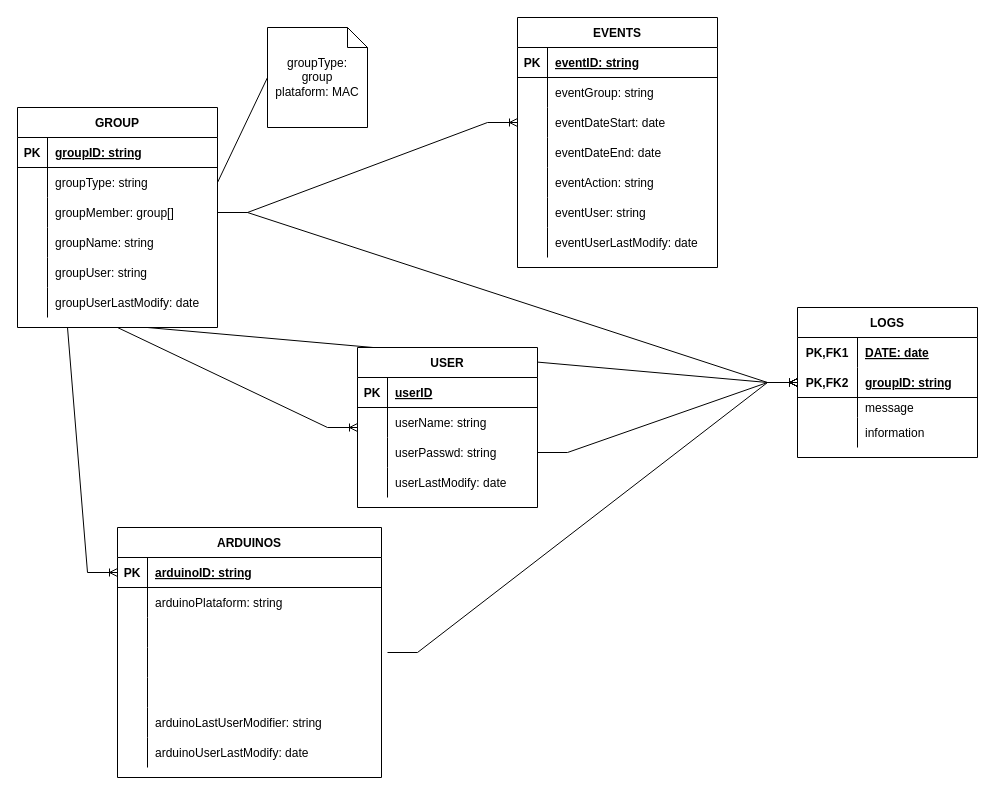
The draw.io diagram page "Data" (2 of 6) of drawings/esquemasBasicos.drawio in rjnogales/crm.mio, before the edit. Source tidied: cells renumbered, new cells numbered last; positions are measured from the earlier drawing's top-left corner, leaving out a move shared by most shapes. Both pictures are drawn from the tidied source at 100%, with x=0, y=0 at pixel (17, 17).
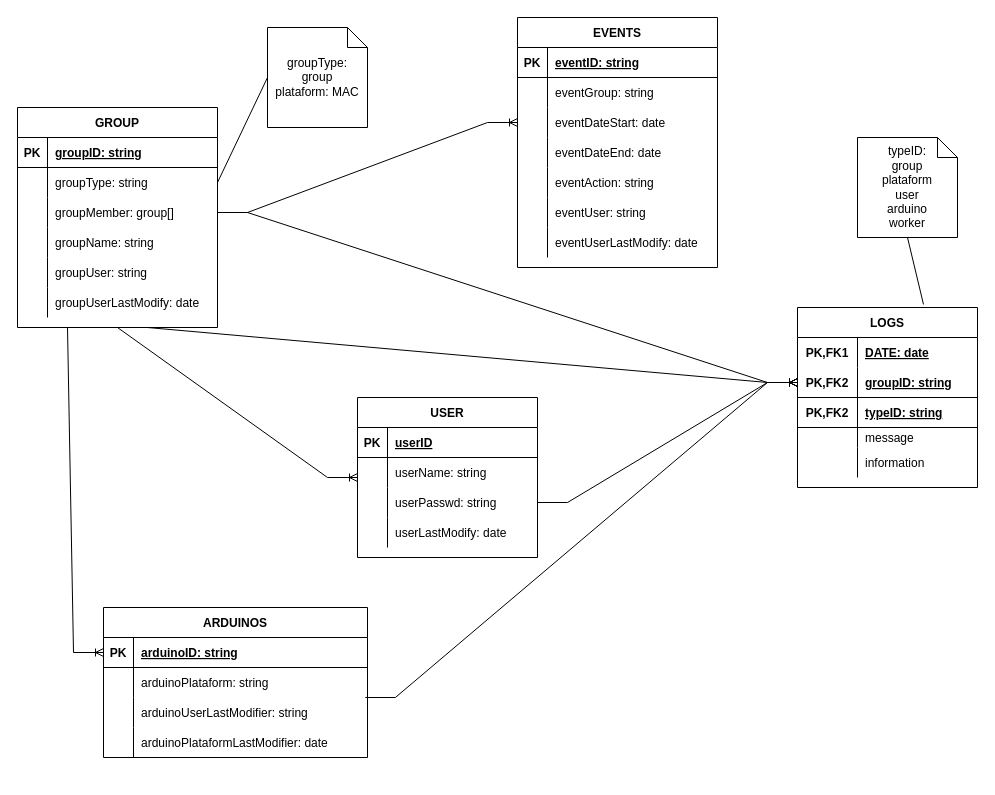
The same page after the edit.

The change refers to these unchanged cells:
```xml
<mxCell id="50" style="shape=partialRectangle;fillColor=none;top=0;left=0;bottom=1;right=0;points=[[0,0.5],[1,0.5]];portConstraint=eastwest;" parent="46" vertex="1">
  <mxGeometry y="60" width="180" height="30" as="geometry" />
</mxCell>
```

What changed in the source:
```diff
@@
     <mxCell id="46" value="LOGS" style="shape=table;startSize=30;childLayout=tableLayout;rowLines=0;fontStyle=1;align=center;" parent="1" vertex="1">
-      <mxGeometry x="780" y="290" width="180" height="150" as="geometry" />
+      <mxGeometry x="780" y="290" width="180" height="180" as="geometry" />
     </mxCell>
@@
+    <mxCell id="100" style="shape=partialRectangle;fillColor=none;top=0;left=0;bottom=1;right=0;" parent="46" vertex="1">
+      <mxGeometry y="90" width="180" height="30" as="geometry" />
+    </mxCell>
+    <mxCell id="101" value="PK,FK2" style="shape=partialRectangle;fillColor=none;top=0;left=0;bottom=0;right=0;fontStyle=1;overflow=hidden;" parent="100" vertex="1">
+      <mxGeometry width="60" height="30" as="geometry" />
+    </mxCell>
+    <mxCell id="102" value="typeID: string" style="shape=partialRectangle;fillColor=none;top=0;left=0;bottom=0;right=0;align=left;spacingLeft=6;fontStyle=5;overflow=hidden;" parent="100" vertex="1">
+      <mxGeometry x="60" width="120" height="30" as="geometry" />
+    </mxCell>
     <mxCell id="53" style="shape=partialRectangle;fillColor=none;top=0;left=0;bottom=0;right=0;" parent="46" vertex="1">
-      <mxGeometry y="90" width="180" height="20" as="geometry" />
+      <mxGeometry y="120" width="180" height="20" as="geometry" />
     </mxCell>
@@
     <mxCell id="56" style="shape=partialRectangle;fillColor=none;top=0;left=0;bottom=0;right=0;" parent="46" vertex="1">
-      <mxGeometry y="110" width="180" height="30" as="geometry" />
+      <mxGeometry y="140" width="180" height="30" as="geometry" />
     </mxCell>
@@
     <mxCell id="60" value="ARDUINOS" style="shape=table;startSize=30;childLayout=tableLayout;rowLines=0;fontStyle=1;align=center;" parent="1" vertex="1">
-      <mxGeometry x="100" y="510" width="264" height="250" as="geometry" />
+      <mxGeometry x="86" y="590" width="264" height="150" as="geometry" />
     </mxCell>
@@
-    <mxCell id="67" style="shape=tableRow;horizontal=0;startSize=0;swimlaneHead=0;swimlaneBody=0;fillColor=none;top=0;left=0;right=0;bottom=0;" parent="60" vertex="1">
-      <mxGeometry y="90" width="264" height="30" as="geometry" />
-    </mxCell>
-    <mxCell id="68" style="shape=partialRectangle;fillColor=none;top=0;left=0;bottom=0;right=0;overflow=hidden;" parent="67" vertex="1">
-      <mxGeometry width="30" height="30" as="geometry" />
-    </mxCell>
-    <mxCell id="69" style="shape=partialRectangle;fillColor=none;top=0;left=0;bottom=0;right=0;align=left;spacingLeft=6;overflow=hidden;" parent="67" vertex="1">
-      <mxGeometry x="30" width="234" height="30" as="geometry" />
-    </mxCell>
-    <mxCell id="70" style="shape=tableRow;horizontal=0;startSize=0;swimlaneHead=0;swimlaneBody=0;fillColor=none;top=0;left=0;right=0;bottom=0;" parent="60" vertex="1">
-      <mxGeometry y="120" width="264" height="30" as="geometry" />
-    </mxCell>
-    <mxCell id="71" style="shape=partialRectangle;fillColor=none;top=0;left=0;bottom=0;right=0;overflow=hidden;" parent="70" vertex="1">
-      <mxGeometry width="30" height="30" as="geometry" />
-    </mxCell>
-    <mxCell id="72" style="shape=partialRectangle;fillColor=none;top=0;left=0;bottom=0;right=0;align=left;spacingLeft=6;overflow=hidden;" parent="70" vertex="1">
-      <mxGeometry x="30" width="234" height="30" as="geometry" />
-    </mxCell>
-    <mxCell id="73" style="shape=tableRow;horizontal=0;startSize=0;swimlaneHead=0;swimlaneBody=0;fillColor=none;top=0;left=0;right=0;bottom=0;" parent="60" vertex="1">
-      <mxGeometry y="150" width="264" height="30" as="geometry" />
-    </mxCell>
-    <mxCell id="74" style="shape=partialRectangle;fillColor=none;top=0;left=0;bottom=0;right=0;overflow=hidden;" parent="73" vertex="1">
-      <mxGeometry width="30" height="30" as="geometry" />
-    </mxCell>
-    <mxCell id="75" style="shape=partialRectangle;fillColor=none;top=0;left=0;bottom=0;right=0;align=left;spacingLeft=6;overflow=hidden;" parent="73" vertex="1">
-      <mxGeometry x="30" width="234" height="30" as="geometry" />
-    </mxCell>
     <mxCell id="76" style="shape=tableRow;horizontal=0;startSize=0;swimlaneHead=0;swimlaneBody=0;fillColor=none;points=[[0,0.5],[1,0.5]];portConstraint=eastwest;top=0;left=0;right=0;bottom=0;" parent="60" vertex="1">
-      <mxGeometry y="180" width="264" height="30" as="geometry" />
+      <mxGeometry y="90" width="264" height="30" as="geometry" />
     </mxCell>
@@
-    <mxCell id="78" value="arduinoLastUserModifier: string" style="shape=partialRectangle;fillColor=none;top=0;left=0;bottom=0;right=0;align=left;spacingLeft=6;overflow=hidden;" parent="76" vertex="1">
+    <mxCell id="78" value="arduinoUserLastModifier: string" style="shape=partialRectangle;fillColor=none;top=0;left=0;bottom=0;right=0;align=left;spacingLeft=6;overflow=hidden;" parent="76" vertex="1">
       <mxGeometry x="30" width="234" height="30" as="geometry" />
     </mxCell>
-    <mxCell id="79" style="shape=tableRow;horizontal=0;startSize=0;swimlaneHead=0;swimlaneBody=0;fillColor=none;top=0;left=0;right=0;bottom=0;" parent="60" vertex="1">
-      <mxGeometry y="210" width="264" height="30" as="geometry" />
-    </mxCell>
-    <mxCell id="80" style="shape=partialRectangle;fillColor=none;top=0;left=0;bottom=0;right=0;overflow=hidden;" parent="79" vertex="1">
-      <mxGeometry width="30" height="30" as="geometry" />
-    </mxCell>
-    <mxCell id="81" value="arduinoUserLastModify: date" style="shape=partialRectangle;fillColor=none;top=0;left=0;bottom=0;right=0;align=left;spacingLeft=6;overflow=hidden;" parent="79" vertex="1">
-      <mxGeometry x="30" width="234" height="30" as="geometry" />
-    </mxCell>
+    <mxCell id="70" style="shape=tableRow;horizontal=0;startSize=0;swimlaneHead=0;swimlaneBody=0;fillColor=none;top=0;left=0;right=0;bottom=0;" parent="60" vertex="1">
+      <mxGeometry y="120" width="264" height="30" as="geometry" />
+    </mxCell>
+    <mxCell id="103" style="shape=partialRectangle;fillColor=none;top=0;left=0;bottom=0;right=0;overflow=hidden;" parent="70" vertex="1">
+      <mxGeometry width="30" height="30" as="geometry" />
+    </mxCell>
+    <mxCell id="104" value="arduinoPlataformLastModifier: date" style="shape=partialRectangle;fillColor=none;top=0;left=0;bottom=0;right=0;align=left;spacingLeft=6;overflow=hidden;" parent="70" vertex="1">
+      <mxGeometry x="30" width="234" height="30" as="geometry" />
+    </mxCell>
     <mxCell id="82" value="USER" style="shape=table;startSize=30;childLayout=tableLayout;rowLines=0;fontStyle=1;align=center;" parent="1" vertex="1">
-      <mxGeometry x="340" y="330" width="180" height="160" as="geometry" />
+      <mxGeometry x="340" y="380" width="180" height="160" as="geometry" />
     </mxCell>
@@
-    <mxCell id="98" style="edgeStyle=entityRelationEdgeStyle;fontSize=12;html=1;endArrow=ERoneToMany;rounded=0;exitX=1;exitY=0.5;exitDx=0;exitDy=0;entryX=0;entryY=0.5;entryDx=0;entryDy=0;" parent="1" edge="1" target="50">
-      <mxGeometry relative="1" as="geometry">
-        <mxPoint x="370" y="635" as="sourcePoint" />
-      </mxGeometry>
+    <mxCell id="98" style="edgeStyle=entityRelationEdgeStyle;fontSize=12;html=1;endArrow=ERoneToMany;rounded=0;exitX=0.992;exitY=0;exitDx=0;exitDy=0;entryX=0;entryY=0.5;entryDx=0;entryDy=0;exitPerimeter=0;" parent="1" edge="1" source="76" target="50">
+      <mxGeometry relative="1" as="geometry" />
     </mxCell>
@@
+    <mxCell id="105" value="typeID:&lt;br&gt;group&lt;br&gt;plataform&lt;br&gt;user&lt;br&gt;arduino&lt;br&gt;worker" style="shape=note;size=20;whiteSpace=wrap;html=1;" parent="1" vertex="1">
+      <mxGeometry x="840" y="120" width="100" height="100" as="geometry" />
+    </mxCell>
+    <mxCell id="106" style="endArrow=none;html=1;rounded=0;exitX=0.7;exitY=-0.017;exitDx=0;exitDy=0;entryX=0.5;entryY=1;entryDx=0;entryDy=0;entryPerimeter=0;exitPerimeter=0;" parent="1" edge="1" source="46" target="105">
+      <mxGeometry relative="1" as="geometry" />
+    </mxCell>
```
